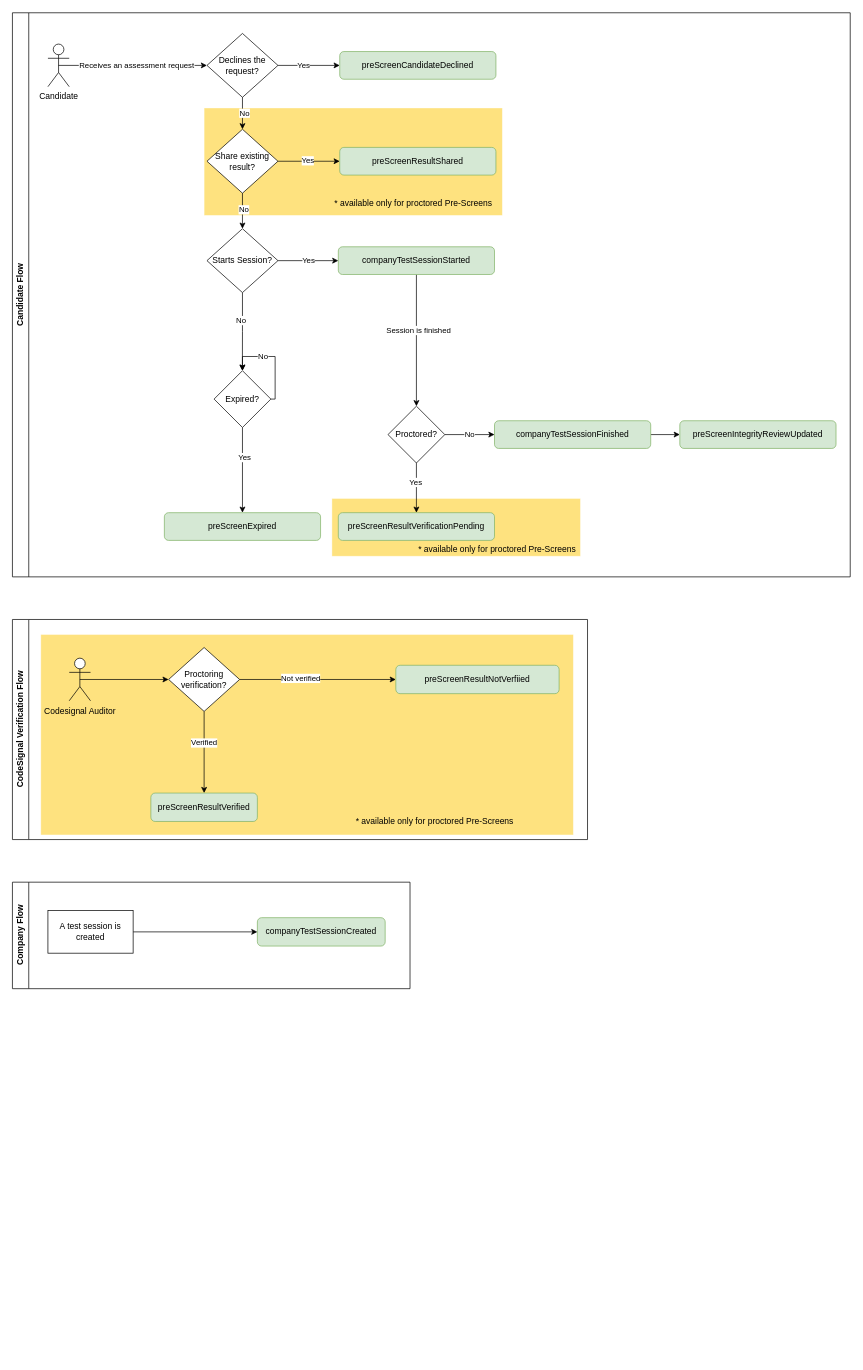
CodeSignal/developer-docs keeps this draw.io diagram as docs/diagrams/webhooks-flow.drawio. Above is the earlier version. Source tidied: cells renumbered, new cells numbered last; positions are measured from the earlier drawing's top-left corner, leaving out a move shared by most shapes. Both pictures are drawn from the tidied source at 71%, with x=0, y=0 at pixel (12, 13).
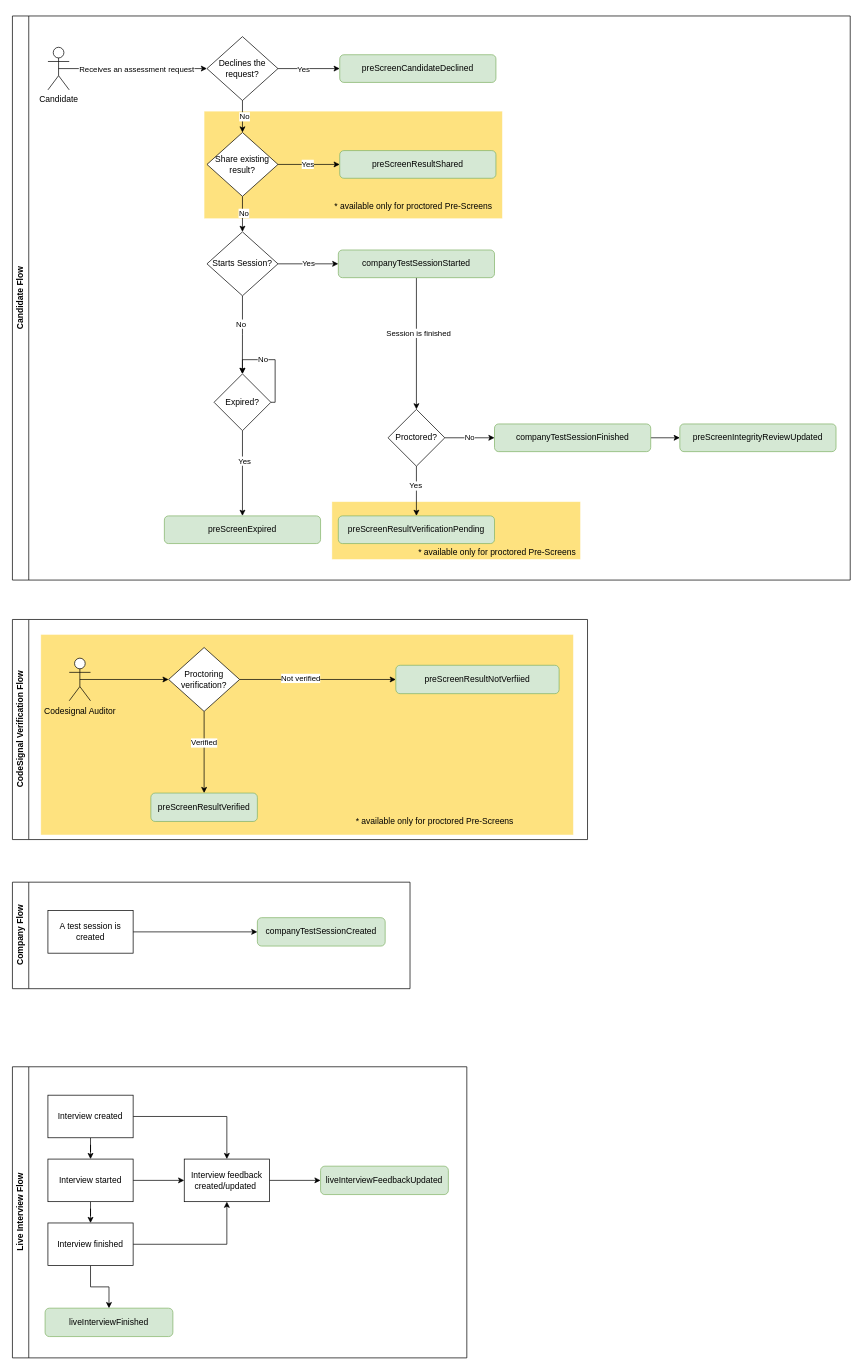
The same diagram, later.

The change refers to these unchanged cells:
```xml
<mxCell id="25" style="edgeStyle=orthogonalEdgeStyle;rounded=0;jettySize=auto;html=1;exitX=1;exitY=0.5;exitDx=0;exitDy=0;entryX=0;entryY=0.5;entryDx=0;entryDy=0;" parent="18" edge="1" source="27" target="28">
  <mxGeometry relative="1" as="geometry" />
</mxCell>
<mxCell id="32" value="Starts Session?" style="rhombus;whiteSpace=wrap;html=1;" parent="18" vertex="1">
  <mxGeometry x="274" y="304.1" width="100" height="90" as="geometry" />
</mxCell>
<mxCell id="36" style="edgeStyle=orthogonalEdgeStyle;rounded=0;jettySize=auto;html=1;exitX=0.5;exitY=1;exitDx=0;exitDy=0;entryX=0.5;entryY=0;entryDx=0;entryDy=0;" parent="18" edge="1" source="39" target="42">
  <mxGeometry relative="1" as="geometry" />
</mxCell>
<mxCell id="44" style="edgeStyle=orthogonalEdgeStyle;rounded=0;jettySize=auto;html=1;exitX=0.5;exitY=1;exitDx=0;exitDy=0;entryX=0.5;entryY=0;entryDx=0;entryDy=0;" parent="18" edge="1" source="46" target="43">
  <mxGeometry relative="1" as="geometry" />
</mxCell>
<mxCell id="48" style="edgeStyle=orthogonalEdgeStyle;rounded=0;jettySize=auto;html=1;" parent="18" edge="1" source="52" target="32">
  <mxGeometry relative="1" as="geometry" />
</mxCell>
<mxCell id="50" style="edgeStyle=orthogonalEdgeStyle;rounded=0;jettySize=auto;html=1;" parent="18" edge="1" source="52" target="55">
  <mxGeometry relative="1" as="geometry" />
</mxCell>
<mxCell id="53" style="edgeStyle=orthogonalEdgeStyle;rounded=0;jettySize=auto;html=1;" parent="18" edge="1" source="27" target="52">
  <mxGeometry relative="1" as="geometry" />
</mxCell>
```

Diff of the diagram source:
```diff
@@
+    <mxCell id="58" value="Live Interview Flow" style="swimlane;horizontal=0;whiteSpace=wrap;html=1;" parent="1" vertex="1">
+      <mxGeometry y="1484" width="640" height="410" as="geometry" />
+    </mxCell>
+    <mxCell id="59" value="liveInterviewFinished" style="rounded=1;whiteSpace=wrap;html=1;fillColor=#d5e8d4;strokeColor=#82b366;" parent="58" vertex="1">
+      <mxGeometry x="46" y="340" width="180" height="40" as="geometry" />
+    </mxCell>
+    <mxCell id="60" style="edgeStyle=orthogonalEdgeStyle;rounded=0;jettySize=auto;html=1;" parent="58" edge="1" source="62" target="66">
+      <mxGeometry relative="1" as="geometry" />
+    </mxCell>
+    <mxCell id="61" style="edgeStyle=orthogonalEdgeStyle;rounded=0;jettySize=auto;html=1;" parent="58" edge="1" source="62" target="71">
+      <mxGeometry relative="1" as="geometry" />
+    </mxCell>
+    <mxCell id="62" value="Interview created" style="rounded=0;whiteSpace=wrap;html=1;" parent="58" vertex="1">
+      <mxGeometry x="50" y="40" width="120" height="60" as="geometry" />
+    </mxCell>
+    <mxCell id="63" value="liveInterviewFeedbackUpdated" style="rounded=1;whiteSpace=wrap;html=1;fillColor=#d5e8d4;strokeColor=#82b366;" parent="58" vertex="1">
+      <mxGeometry x="434" y="140" width="180" height="40" as="geometry" />
+    </mxCell>
+    <mxCell id="64" style="edgeStyle=orthogonalEdgeStyle;rounded=0;jettySize=auto;html=1;" parent="58" edge="1" source="66" target="69">
+      <mxGeometry relative="1" as="geometry" />
+    </mxCell>
+    <mxCell id="65" style="edgeStyle=orthogonalEdgeStyle;rounded=0;jettySize=auto;html=1;" parent="58" edge="1" source="66" target="71">
+      <mxGeometry relative="1" as="geometry" />
+    </mxCell>
+    <mxCell id="66" value="Interview started" style="rounded=0;whiteSpace=wrap;html=1;" parent="58" vertex="1">
+      <mxGeometry x="50" y="130" width="120" height="60" as="geometry" />
+    </mxCell>
+    <mxCell id="67" style="edgeStyle=orthogonalEdgeStyle;rounded=0;jettySize=auto;html=1;" parent="58" edge="1" source="69" target="59">
+      <mxGeometry relative="1" as="geometry" />
+    </mxCell>
+    <mxCell id="68" style="edgeStyle=orthogonalEdgeStyle;rounded=0;jettySize=auto;html=1;exitX=1;exitY=0.5;exitDx=0;exitDy=0;entryX=0.5;entryY=1;entryDx=0;entryDy=0;" parent="58" edge="1" source="69" target="71">
+      <mxGeometry relative="1" as="geometry" />
+    </mxCell>
+    <mxCell id="69" value="Interview finished" style="rounded=0;whiteSpace=wrap;html=1;" parent="58" vertex="1">
+      <mxGeometry x="50" y="220" width="120" height="60" as="geometry" />
+    </mxCell>
+    <mxCell id="70" style="edgeStyle=orthogonalEdgeStyle;rounded=0;jettySize=auto;html=1;" parent="58" edge="1" source="71" target="63">
+      <mxGeometry relative="1" as="geometry" />
+    </mxCell>
+    <mxCell id="71" value="Interview feedback created/updated&amp;nbsp;" style="rounded=0;whiteSpace=wrap;html=1;" parent="58" vertex="1">
+      <mxGeometry x="242" y="130" width="120" height="60" as="geometry" />
+    </mxCell>
     <mxCell id="18" value="Candidate Flow" style="swimlane;horizontal=0;whiteSpace=wrap;html=1;" parent="1" vertex="1">
-      <mxGeometry y="-0.5" width="1180" height="794.5" as="geometry" />
+      <mxGeometry y="4" width="1180" height="794.5" as="geometry" />
     </mxCell>
@@
-    <mxCell id="26" value="Yes" style="edgeLabel;html=1;align=center;verticalAlign=middle;" parent="25" vertex="1">
-      <mxGeometry x="-0.2" y="-2" relative="1" as="geometry">
-        <mxPoint y="-2" as="offset" />
-      </mxGeometry>
-    </mxCell>
+    <mxCell id="72" value="Yes" style="edgeLabel;html=1;align=center;verticalAlign=middle;" parent="25" vertex="1">
+      <mxGeometry x="-0.2" y="-2" relative="1" as="geometry">
+        <mxPoint y="-2" as="offset" />
+      </mxGeometry>
+    </mxCell>
@@
-    <mxCell id="30" style="edgeStyle=orthogonalEdgeStyle;rounded=0;jettySize=auto;html=1;exitX=0.5;exitY=1;exitDx=0;exitDy=0;" parent="18" edge="1" source="32">
-      <mxGeometry relative="1" as="geometry">
-        <mxPoint x="323.9" y="504.1" as="targetPoint" />
-      </mxGeometry>
-    </mxCell>
-    <mxCell id="31" value="No" style="edgeLabel;html=1;align=center;verticalAlign=middle;" parent="30" vertex="1">
-      <mxGeometry x="-0.3" y="-3" relative="1" as="geometry" />
-    </mxCell>
+    <mxCell id="73" style="edgeStyle=orthogonalEdgeStyle;rounded=0;jettySize=auto;html=1;exitX=0.5;exitY=1;exitDx=0;exitDy=0;" parent="18" edge="1" source="32">
+      <mxGeometry relative="1" as="geometry">
+        <mxPoint x="323.9" y="504.1" as="targetPoint" />
+      </mxGeometry>
+    </mxCell>
+    <mxCell id="74" value="No" style="edgeLabel;html=1;align=center;verticalAlign=middle;" parent="73" vertex="1">
+      <mxGeometry x="-0.3" y="-3" relative="1" as="geometry" />
+    </mxCell>
@@
-    <mxCell id="37" value="Yes" style="edgeLabel;html=1;align=center;verticalAlign=middle;" parent="36" vertex="1">
-      <mxGeometry x="-0.23" y="-2" relative="1" as="geometry" />
-    </mxCell>
+    <mxCell id="75" value="Yes" style="edgeLabel;html=1;align=center;verticalAlign=middle;" parent="36" vertex="1">
+      <mxGeometry x="-0.23" y="-2" relative="1" as="geometry" />
+    </mxCell>
@@
-    <mxCell id="45" value="Yes" style="edgeLabel;html=1;align=center;verticalAlign=middle;" parent="44" vertex="1">
-      <mxGeometry x="-0.3" y="2" relative="1" as="geometry" />
-    </mxCell>
+    <mxCell id="76" value="Yes" style="edgeLabel;html=1;align=center;verticalAlign=middle;" parent="44" vertex="1">
+      <mxGeometry x="-0.3" y="2" relative="1" as="geometry" />
+    </mxCell>
@@
-    <mxCell id="49" value="No" style="edgeLabel;html=1;align=center;verticalAlign=middle;" parent="48" vertex="1">
-      <mxGeometry x="-0.1" y="1" relative="1" as="geometry" />
-    </mxCell>
+    <mxCell id="77" value="No" style="edgeLabel;html=1;align=center;verticalAlign=middle;" parent="48" vertex="1">
+      <mxGeometry x="-0.1" y="1" relative="1" as="geometry" />
+    </mxCell>
@@
-    <mxCell id="51" value="Yes" style="edgeLabel;html=1;align=center;verticalAlign=middle;" parent="50" vertex="1">
-      <mxGeometry x="-0.06" y="2" relative="1" as="geometry">
-        <mxPoint y="1" as="offset" />
-      </mxGeometry>
-    </mxCell>
+    <mxCell id="78" value="Yes" style="edgeLabel;html=1;align=center;verticalAlign=middle;" parent="50" vertex="1">
+      <mxGeometry x="-0.06" y="2" relative="1" as="geometry">
+        <mxPoint y="1" as="offset" />
+      </mxGeometry>
+    </mxCell>
@@
-    <mxCell id="54" value="No" style="edgeLabel;html=1;align=center;verticalAlign=middle;" parent="53" vertex="1">
-      <mxGeometry x="-0.04" y="2" relative="1" as="geometry" />
-    </mxCell>
+    <mxCell id="79" value="No" style="edgeLabel;html=1;align=center;verticalAlign=middle;" parent="53" vertex="1">
+      <mxGeometry x="-0.04" y="2" relative="1" as="geometry" />
+    </mxCell>
```
